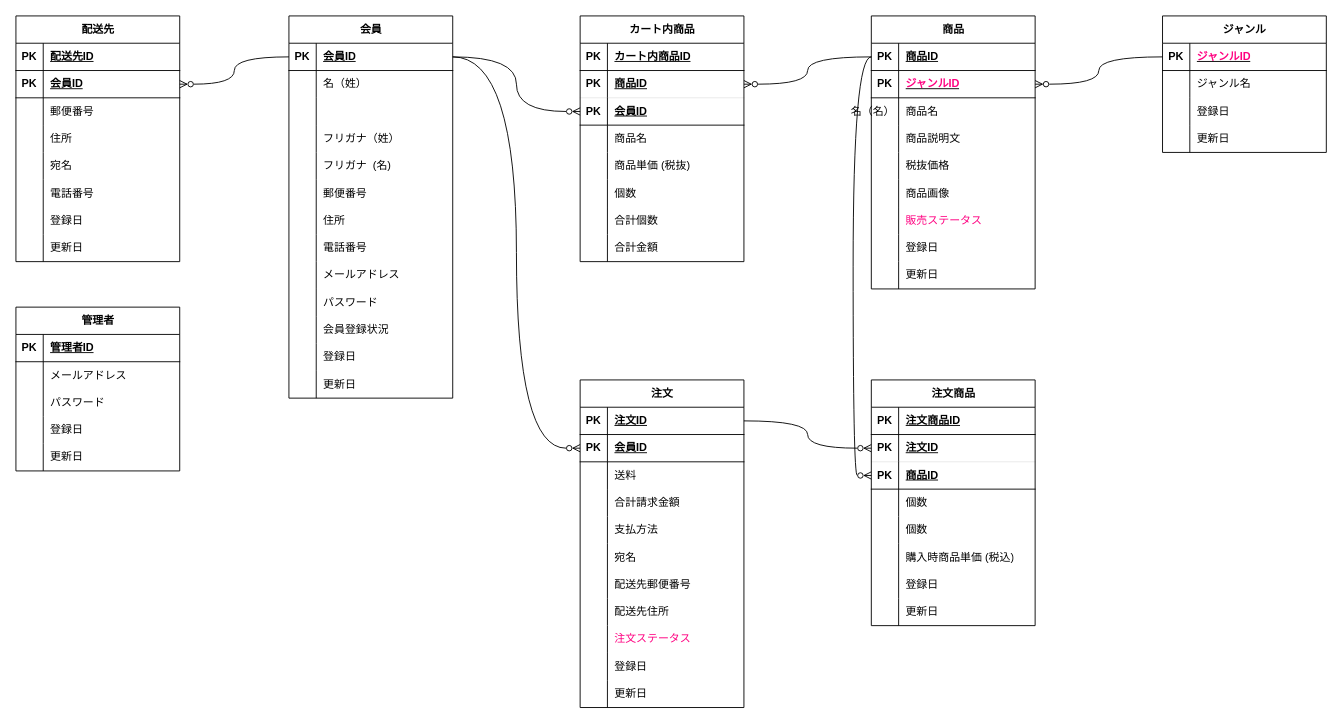
This is ER図.drawio from Satoko0129/exercises, a draw.io file, before an edit. Source tidied: cells renumbered, new cells numbered last; positions are measured from the earlier drawing's top-left corner, leaving out a move shared by most shapes. Both pictures are drawn from the tidied source at 91%, with x=0, y=0 at pixel (15, 15).
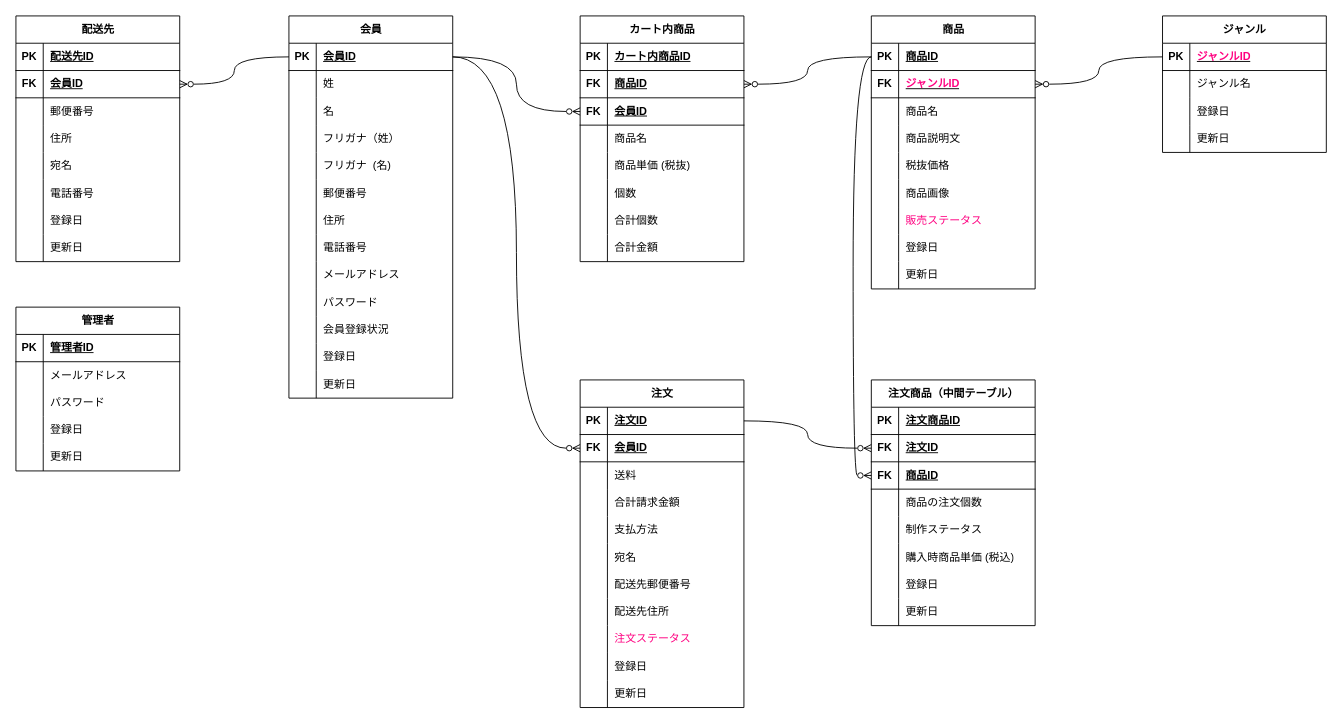
After the change.

Commit message (it also covers changes not shown here):
ER図.drawio を更新します

The change refers to these unchanged cells:
```xml
<mxCell id="6" style="shape=tableRow;horizontal=0;startSize=0;swimlaneHead=0;swimlaneBody=0;fillColor=none;top=0;left=0;right=0;bottom=0;" parent="2" vertex="1">
  <mxGeometry y="60" width="180" height="30" as="geometry" />
</mxCell>
<mxCell id="9" style="shape=tableRow;horizontal=0;startSize=0;swimlaneHead=0;swimlaneBody=0;fillColor=none;top=0;left=0;right=0;bottom=0;" parent="2" vertex="1">
  <mxGeometry y="90" width="180" height="30" as="geometry" />
</mxCell>
<mxCell id="46" style="shape=tableRow;horizontal=0;startSize=0;swimlaneHead=0;swimlaneBody=0;fillColor=none;points=[[0,0.5],[1,0.5]];portConstraint=eastwest;top=0;left=0;right=0;bottom=1;" parent="42" vertex="1">
  <mxGeometry y="60" width="180" height="30" as="geometry" />
</mxCell>
<mxCell id="67" value="カート内商品" style="shape=table;startSize=30;childLayout=tableLayout;rowLines=0;fontStyle=1;align=center;html=1;" parent="1" vertex="1">
  <mxGeometry x="620" width="180" height="270" as="geometry" />
</mxCell>
<mxCell id="74" style="shape=tableRow;horizontal=0;startSize=0;swimlaneHead=0;swimlaneBody=0;fillColor=none;points=[[0,0.5],[1,0.5]];portConstraint=eastwest;top=0;left=0;right=0;bottom=1;" parent="67" vertex="1">
  <mxGeometry y="90" width="180" height="30" as="geometry" />
</mxCell>
<mxCell id="96" style="shape=tableRow;horizontal=0;startSize=0;swimlaneHead=0;swimlaneBody=0;fillColor=none;points=[[0,0.5],[1,0.5]];portConstraint=eastwest;top=0;left=0;right=0;bottom=1;" parent="92" vertex="1">
  <mxGeometry y="60" width="180" height="30" as="geometry" />
</mxCell>
<mxCell id="148" style="shape=tableRow;horizontal=0;startSize=0;swimlaneHead=0;swimlaneBody=0;fillColor=none;points=[[0,0.5],[1,0.5]];portConstraint=eastwest;top=0;left=0;right=0;bottom=1;" parent="144" vertex="1">
  <mxGeometry y="60" width="180" height="30" as="geometry" />
</mxCell>
<mxCell id="182" style="shape=tableRow;horizontal=0;startSize=0;swimlaneHead=0;swimlaneBody=0;fillColor=none;points=[[0,0.5],[1,0.5]];portConstraint=eastwest;top=0;left=0;right=0;bottom=1;" parent="175" vertex="1">
  <mxGeometry y="90" width="180" height="30" as="geometry" />
</mxCell>
<mxCell id="197" style="shape=tableRow;horizontal=0;startSize=0;swimlaneHead=0;swimlaneBody=0;fillColor=none;top=0;left=0;right=0;bottom=0;" parent="175" vertex="1">
  <mxGeometry y="240" width="180" height="30" as="geometry" />
</mxCell>
```

Diff of the diagram source:
```diff
@@
-    <mxCell id="8" value="名（姓）" style="shape=partialRectangle;fillColor=none;top=0;left=0;bottom=0;right=0;align=left;spacingLeft=6;overflow=hidden;whiteSpace=wrap;html=1;" parent="6" vertex="1">
+    <mxCell id="8" value="姓" style="shape=partialRectangle;fillColor=none;top=0;left=0;bottom=0;right=0;align=left;spacingLeft=6;overflow=hidden;whiteSpace=wrap;html=1;" parent="6" vertex="1">
       <mxGeometry x="30" width="150" height="30" as="geometry" />
     </mxCell>
@@
-    <mxCell id="11" style="shape=partialRectangle;fillColor=none;top=0;left=0;bottom=0;right=0;align=left;spacingLeft=6;overflow=hidden;whiteSpace=wrap;html=1;" parent="9" vertex="1">
+    <mxCell id="11" value="名&amp;nbsp;&amp;nbsp;" style="shape=partialRectangle;fillColor=none;top=0;left=0;bottom=0;right=0;align=left;spacingLeft=6;overflow=hidden;whiteSpace=wrap;html=1;" parent="9" vertex="1">
       <mxGeometry x="30" width="150" height="30" as="geometry" />
     </mxCell>
@@
-    <mxCell id="47" value="PK" style="shape=partialRectangle;fillColor=none;top=0;left=0;bottom=0;right=0;fontStyle=1;overflow=hidden;whiteSpace=wrap;html=1;" parent="46" vertex="1">
+    <mxCell id="47" value="FK" style="shape=partialRectangle;fillColor=none;top=0;left=0;bottom=0;right=0;fontStyle=1;overflow=hidden;whiteSpace=wrap;html=1;" parent="46" vertex="1">
       <mxGeometry width="30" height="30" as="geometry" />
     </mxCell>
@@
-    <mxCell id="71" style="shape=tableRow;horizontal=0;startSize=0;swimlaneHead=0;swimlaneBody=0;fillColor=none;points=[[0,0.5],[1,0.5]];portConstraint=eastwest;top=0;left=0;right=0;bottom=1;strokeColor=inherit;strokeWidth=0;" parent="67" vertex="1">
+    <mxCell id="71" style="shape=tableRow;horizontal=0;startSize=0;swimlaneHead=0;swimlaneBody=0;fillColor=none;points=[[0,0.5],[1,0.5]];portConstraint=eastwest;top=0;left=0;right=0;bottom=1;strokeColor=inherit;strokeWidth=1;" parent="67" vertex="1">
       <mxGeometry y="60" width="180" height="30" as="geometry" />
     </mxCell>
-    <mxCell id="72" value="PK&lt;br&gt;" style="shape=partialRectangle;fillColor=none;top=0;left=0;bottom=0;right=0;fontStyle=1;overflow=hidden;whiteSpace=wrap;html=1;" parent="71" vertex="1">
+    <mxCell id="72" value="FK" style="shape=partialRectangle;fillColor=none;top=0;left=0;bottom=0;right=0;fontStyle=1;overflow=hidden;whiteSpace=wrap;html=1;" parent="71" vertex="1">
       <mxGeometry width="30" height="30" as="geometry" />
     </mxCell>
@@
-    <mxCell id="75" value="PK" style="shape=partialRectangle;fillColor=none;top=0;left=0;bottom=0;right=0;fontStyle=1;overflow=hidden;whiteSpace=wrap;html=1;" parent="74" vertex="1">
+    <mxCell id="75" value="FK" style="shape=partialRectangle;fillColor=none;top=0;left=0;bottom=0;right=0;fontStyle=1;overflow=hidden;whiteSpace=wrap;html=1;" parent="74" vertex="1">
       <mxGeometry width="30" height="30" as="geometry" />
     </mxCell>
@@
-    <mxCell id="97" value="PK" style="shape=partialRectangle;fillColor=none;top=0;left=0;bottom=0;right=0;fontStyle=1;overflow=hidden;whiteSpace=wrap;html=1;" parent="96" vertex="1">
+    <mxCell id="97" value="FK" style="shape=partialRectangle;fillColor=none;top=0;left=0;bottom=0;right=0;fontStyle=1;overflow=hidden;whiteSpace=wrap;html=1;" parent="96" vertex="1">
       <mxGeometry width="30" height="30" as="geometry" />
     </mxCell>
@@
-    <mxCell id="149" value="PK" style="shape=partialRectangle;fillColor=none;top=0;left=0;bottom=0;right=0;fontStyle=1;overflow=hidden;whiteSpace=wrap;html=1;" parent="148" vertex="1">
+    <mxCell id="149" value="FK" style="shape=partialRectangle;fillColor=none;top=0;left=0;bottom=0;right=0;fontStyle=1;overflow=hidden;whiteSpace=wrap;html=1;" parent="148" vertex="1">
       <mxGeometry width="30" height="30" as="geometry" />
     </mxCell>
@@
-    <mxCell id="172" value="名（名）" style="shape=partialRectangle;fillColor=none;top=0;left=0;bottom=0;right=0;align=left;spacingLeft=6;overflow=hidden;whiteSpace=wrap;html=1;" parent="1" vertex="1">
-      <mxGeometry x="910" y="90" width="150" height="30" as="geometry" />
-    </mxCell>
@@
-    <mxCell id="175" value="注文商品" style="shape=table;startSize=30;childLayout=tableLayout;rowLines=0;fontStyle=1;align=center;html=1;" parent="1" vertex="1">
+    <mxCell id="175" value="注文商品（中間テーブル）" style="shape=table;startSize=30;childLayout=tableLayout;rowLines=0;fontStyle=1;align=center;html=1;" parent="1" vertex="1">
       <mxGeometry x="940" y="400" width="180" height="270" as="geometry" />
     </mxCell>
@@
-    <mxCell id="179" style="shape=tableRow;horizontal=0;startSize=0;swimlaneHead=0;swimlaneBody=0;fillColor=none;points=[[0,0.5],[1,0.5]];portConstraint=eastwest;top=0;left=0;right=0;bottom=1;strokeWidth=0;" parent="175" vertex="1">
+    <mxCell id="179" style="shape=tableRow;horizontal=0;startSize=0;swimlaneHead=0;swimlaneBody=0;fillColor=none;points=[[0,0.5],[1,0.5]];portConstraint=eastwest;top=0;left=0;right=0;bottom=1;strokeWidth=1;" parent="175" vertex="1">
       <mxGeometry y="60" width="180" height="30" as="geometry" />
     </mxCell>
-    <mxCell id="180" value="PK" style="shape=partialRectangle;fillColor=none;top=0;left=0;bottom=0;right=0;fontStyle=1;overflow=hidden;whiteSpace=wrap;html=1;" parent="179" vertex="1">
+    <mxCell id="180" value="FK" style="shape=partialRectangle;fillColor=none;top=0;left=0;bottom=0;right=0;fontStyle=1;overflow=hidden;whiteSpace=wrap;html=1;" parent="179" vertex="1">
       <mxGeometry width="30" height="30" as="geometry" />
     </mxCell>
@@
-    <mxCell id="183" value="PK" style="shape=partialRectangle;fillColor=none;top=0;left=0;bottom=0;right=0;fontStyle=1;overflow=hidden;whiteSpace=wrap;html=1;" parent="182" vertex="1">
+    <mxCell id="183" value="FK" style="shape=partialRectangle;fillColor=none;top=0;left=0;bottom=0;right=0;fontStyle=1;overflow=hidden;whiteSpace=wrap;html=1;" parent="182" vertex="1">
       <mxGeometry width="30" height="30" as="geometry" />
     </mxCell>
@@
-    <mxCell id="185" style="shape=tableRow;horizontal=0;startSize=0;swimlaneHead=0;swimlaneBody=0;fillColor=none;top=0;left=0;right=0;bottom=0;" parent="175" vertex="1">
-      <mxGeometry y="120" width="180" height="30" as="geometry" />
-    </mxCell>
-    <mxCell id="186" style="shape=partialRectangle;fillColor=none;top=0;left=0;bottom=0;right=0;overflow=hidden;whiteSpace=wrap;html=1;" parent="185" vertex="1">
-      <mxGeometry width="30" height="30" as="geometry" />
-    </mxCell>
-    <mxCell id="187" value="個数" style="shape=partialRectangle;fillColor=none;top=0;left=0;bottom=0;right=0;align=left;spacingLeft=6;overflow=hidden;whiteSpace=wrap;html=1;" parent="185" vertex="1">
-      <mxGeometry x="30" width="150" height="30" as="geometry" />
-    </mxCell>
     <mxCell id="188" style="shape=tableRow;horizontal=0;startSize=0;swimlaneHead=0;swimlaneBody=0;fillColor=none;top=0;left=0;right=0;bottom=0;" parent="175" vertex="1">
-      <mxGeometry y="150" width="180" height="30" as="geometry" />
+      <mxGeometry y="120" width="180" height="30" as="geometry" />
     </mxCell>
@@
-    <mxCell id="190" value="個数" style="shape=partialRectangle;fillColor=none;top=0;left=0;bottom=0;right=0;align=left;spacingLeft=6;overflow=hidden;whiteSpace=wrap;html=1;" parent="188" vertex="1">
+    <mxCell id="190" value="商品の注文個数" style="shape=partialRectangle;fillColor=none;top=0;left=0;bottom=0;right=0;align=left;spacingLeft=6;overflow=hidden;whiteSpace=wrap;html=1;" parent="188" vertex="1">
       <mxGeometry x="30" width="150" height="30" as="geometry" />
     </mxCell>
+    <mxCell id="216" style="shape=tableRow;horizontal=0;startSize=0;swimlaneHead=0;swimlaneBody=0;fillColor=none;top=0;left=0;right=0;bottom=0;" parent="175" vertex="1">
+      <mxGeometry y="150" width="180" height="30" as="geometry" />
+    </mxCell>
+    <mxCell id="217" style="shape=partialRectangle;fillColor=none;top=0;left=0;bottom=0;right=0;overflow=hidden;whiteSpace=wrap;html=1;" parent="216" vertex="1">
+      <mxGeometry width="30" height="30" as="geometry" />
+    </mxCell>
+    <mxCell id="218" value="制作ステータス" style="shape=partialRectangle;fillColor=none;top=0;left=0;bottom=0;right=0;align=left;spacingLeft=6;overflow=hidden;whiteSpace=wrap;html=1;" parent="216" vertex="1">
+      <mxGeometry x="30" width="150" height="30" as="geometry" />
+    </mxCell>
@@
-    <mxCell id="198" style="shape=partialRectangle;fillColor=none;top=0;left=0;bottom=0;right=0;overflow=hidden;whiteSpace=wrap;html=1;" parent="197" vertex="1">
-      <mxGeometry width="30" height="30" as="geometry" />
-    </mxCell>
+    <mxCell id="219" style="shape=partialRectangle;fillColor=none;top=0;left=0;bottom=0;right=0;overflow=hidden;whiteSpace=wrap;html=1;" parent="197" vertex="1">
+      <mxGeometry width="30" height="30" as="geometry" />
+    </mxCell>
```
